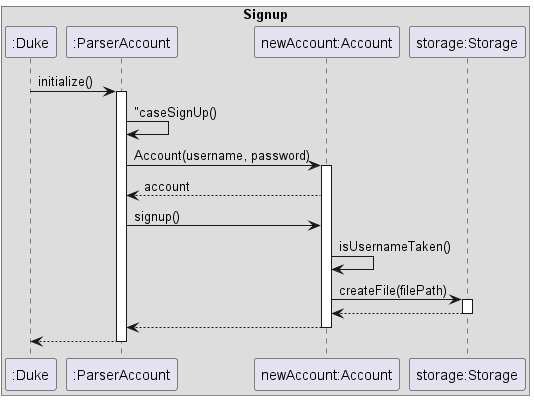
This is docs/diagrams/SignupFeature.png from nus-cs2113-AY2223S2/tp, a PlantUML export, as it was before one commit.
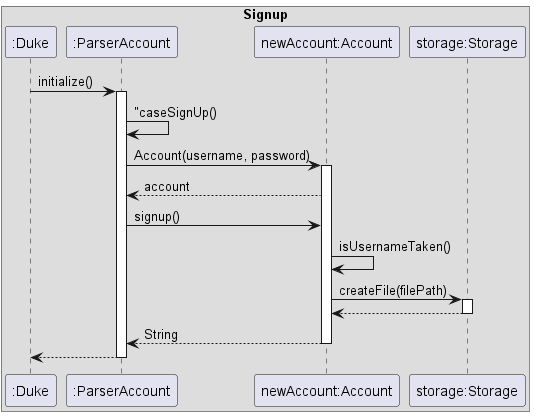
After the change.

Diff of the diagram source:
```diff
@@ -19,7 +19,7 @@
 Activate Storage
 Storage --> Account
 Deactivate Storage
-Account --> ParserAccount
+Account --> ParserAccount: String
 Deactivate Account
 ParserAccount --> Duke
 Deactivate ParserAccount
```
